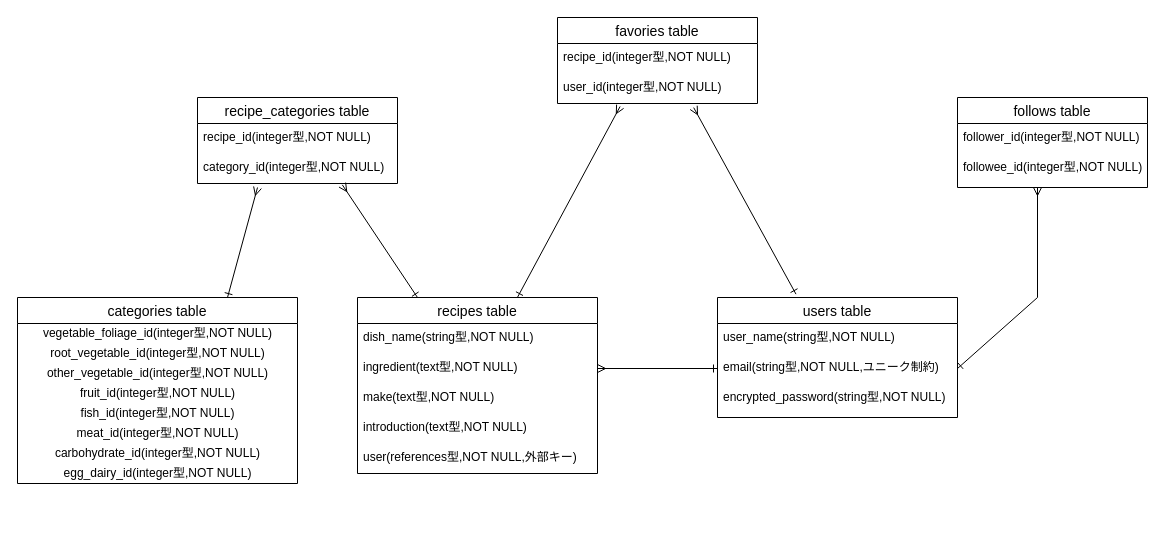
Above: babyfoodrecipe.dio in yyhoshino/babyfoodrecipe (draw.io), before the change. Source tidied: cells renumbered, new cells numbered last; positions are measured from the earlier drawing's top-left corner, leaving out a move shared by most shapes. Both pictures are drawn from the tidied source at 100%, with x=0, y=0 at pixel (17, 17).
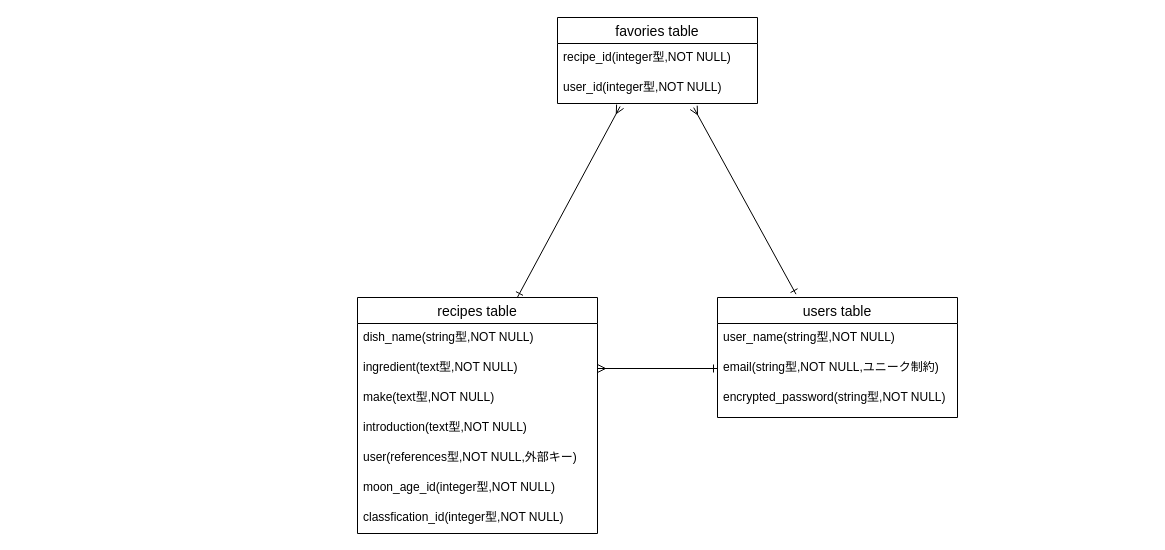
After the change.

Commit message (it also covers changes not shown here):
ER図、READMEの修正

The change refers to these unchanged cells:
```xml
<mxCell id="8" value="email(string型,NOT NULL,ユニーク制約)" style="text;strokeColor=none;fillColor=none;spacingLeft=4;spacingRight=4;overflow=hidden;points=[[0,0.5],[1,0.5]];portConstraint=eastwest;fontSize=12;" parent="6" vertex="1">
  <mxGeometry y="56" width="240" height="30" as="geometry" />
</mxCell>
```

The edit, as a diff of the source:
```diff
@@
-    <mxCell id="2" value="follows table" style="swimlane;fontStyle=0;horizontal=1;startSize=26;align=center;fontSize=14;" parent="1" vertex="1">
-      <mxGeometry x="940" y="80" width="190" height="90" as="geometry" />
-    </mxCell>
-    <mxCell id="3" value="follower_id(integer型,NOT NULL)" style="text;strokeColor=none;fillColor=none;spacingLeft=4;spacingRight=4;overflow=hidden;fontSize=12;" parent="2" vertex="1">
-      <mxGeometry y="26" width="190" height="30" as="geometry" />
-    </mxCell>
-    <mxCell id="4" value="followee_id(integer型,NOT NULL)" style="text;strokeColor=none;fillColor=none;spacingLeft=4;spacingRight=4;overflow=hidden;fontSize=12;" parent="2" vertex="1">
-      <mxGeometry y="56" width="190" height="34" as="geometry" />
-    </mxCell>
@@
-    <mxCell id="10" value="recipe_categories table" style="swimlane;fontStyle=0;horizontal=1;startSize=26;align=center;fontSize=14;" parent="1" vertex="1">
-      <mxGeometry x="180" y="80" width="200" height="86" as="geometry" />
-    </mxCell>
-    <mxCell id="11" value="recipe_id(integer型,NOT NULL)" style="text;strokeColor=none;fillColor=none;spacingLeft=4;spacingRight=4;overflow=hidden;fontSize=12;" parent="10" vertex="1">
-      <mxGeometry y="26" width="200" height="30" as="geometry" />
-    </mxCell>
-    <mxCell id="12" value="category_id(integer型,NOT NULL)" style="text;strokeColor=none;fillColor=none;spacingLeft=4;spacingRight=4;overflow=hidden;points=[[0,0.5],[1,0.5]];portConstraint=eastwest;fontSize=12;" parent="10" vertex="1">
-      <mxGeometry y="56" width="200" height="30" as="geometry" />
-    </mxCell>
@@
-    <mxCell id="17" style="edgeStyle=none;rounded=0;html=1;exitX=0.25;exitY=0;exitDx=0;exitDy=0;startArrow=ERone;startFill=0;endArrow=ERmany;endFill=0;entryX=0.724;entryY=1.044;entryDx=0;entryDy=0;entryPerimeter=0;" parent="1" edge="1" source="18" target="12">
-      <mxGeometry relative="1" as="geometry" />
-    </mxCell>
     <mxCell id="18" value="recipes table" style="swimlane;fontStyle=0;horizontal=1;startSize=26;align=center;fontSize=14;" parent="1" vertex="1">
-      <mxGeometry x="340" y="280" width="240" height="176" as="geometry" />
+      <mxGeometry x="340" y="280" width="240" height="236" as="geometry" />
     </mxCell>
@@
-    <mxCell id="24" style="edgeStyle=none;rounded=0;html=1;exitX=0.75;exitY=0;exitDx=0;exitDy=0;startArrow=ERone;startFill=0;endArrow=ERmany;endFill=0;" parent="1" edge="1" source="25">
-      <mxGeometry relative="1" as="geometry">
-        <mxPoint x="240" y="170" as="targetPoint" />
-      </mxGeometry>
-    </mxCell>
-    <mxCell id="25" value="categories table" style="swimlane;fontStyle=0;horizontal=1;startSize=26;align=center;fontSize=14;" parent="1" vertex="1">
-      <mxGeometry y="280" width="280" height="186" as="geometry" />
-    </mxCell>
-    <mxCell id="26" value="vegetable_foliage_id(integer型,NOT NULL)" style="text;html=1;align=center;verticalAlign=middle;strokeColor=none;fillColor=none;" parent="25" vertex="1">
-      <mxGeometry y="26" width="280" height="20" as="geometry" />
-    </mxCell>
-    <mxCell id="27" value="root_vegetable_id(integer型,NOT NULL)" style="text;html=1;align=center;verticalAlign=middle;strokeColor=none;fillColor=none;" parent="25" vertex="1">
-      <mxGeometry y="46" width="280" height="20" as="geometry" />
-    </mxCell>
-    <mxCell id="28" value="other_vegetable_id(integer型,NOT NULL)" style="text;html=1;align=center;verticalAlign=middle;strokeColor=none;fillColor=none;" parent="25" vertex="1">
-      <mxGeometry y="66" width="280" height="20" as="geometry" />
-    </mxCell>
-    <mxCell id="29" value="fruit_id(integer型,NOT NULL)" style="text;html=1;align=center;verticalAlign=middle;strokeColor=none;fillColor=none;" parent="25" vertex="1">
-      <mxGeometry y="86" width="280" height="20" as="geometry" />
-    </mxCell>
-    <mxCell id="30" value="fish_id(integer型,NOT NULL)" style="text;html=1;align=center;verticalAlign=middle;strokeColor=none;fillColor=none;" parent="25" vertex="1">
-      <mxGeometry y="106" width="280" height="20" as="geometry" />
-    </mxCell>
-    <mxCell id="31" value="meat_id(integer型,NOT NULL)" style="text;html=1;align=center;verticalAlign=middle;strokeColor=none;fillColor=none;" parent="25" vertex="1">
-      <mxGeometry y="126" width="280" height="20" as="geometry" />
-    </mxCell>
-    <mxCell id="32" value="carbohydrate_id(integer型,NOT NULL)" style="text;html=1;align=center;verticalAlign=middle;strokeColor=none;fillColor=none;" parent="25" vertex="1">
-      <mxGeometry y="146" width="280" height="20" as="geometry" />
-    </mxCell>
-    <mxCell id="33" value="egg_dairy_id(integer型,NOT NULL)" style="text;html=1;align=center;verticalAlign=middle;strokeColor=none;fillColor=none;" parent="25" vertex="1">
-      <mxGeometry y="166" width="280" height="20" as="geometry" />
+    <mxCell id="33" value="moon_age_id(integer型,NOT NULL)" style="text;strokeColor=none;fillColor=none;spacingLeft=4;spacingRight=4;overflow=hidden;fontSize=12;" parent="18" vertex="1">
+      <mxGeometry y="176" width="240" height="30" as="geometry" />
     </mxCell>
+    <mxCell id="36" value="classfication_id(integer型,NOT NULL)" style="text;strokeColor=none;fillColor=none;spacingLeft=4;spacingRight=4;overflow=hidden;fontSize=12;" parent="18" vertex="1">
+      <mxGeometry y="206" width="240" height="30" as="geometry" />
+    </mxCell>
@@
-    <mxCell id="35" style="edgeStyle=none;rounded=0;html=1;exitX=1;exitY=0.5;exitDx=0;exitDy=0;startArrow=ERone;startFill=0;endArrow=ERmany;endFill=0;" parent="1" edge="1" source="8">
-      <mxGeometry relative="1" as="geometry">
-        <mxPoint x="1020" y="170" as="targetPoint" />
-        <Array as="points">
-          <mxPoint x="1020" y="280" />
-        </Array>
-      </mxGeometry>
-    </mxCell>
```
